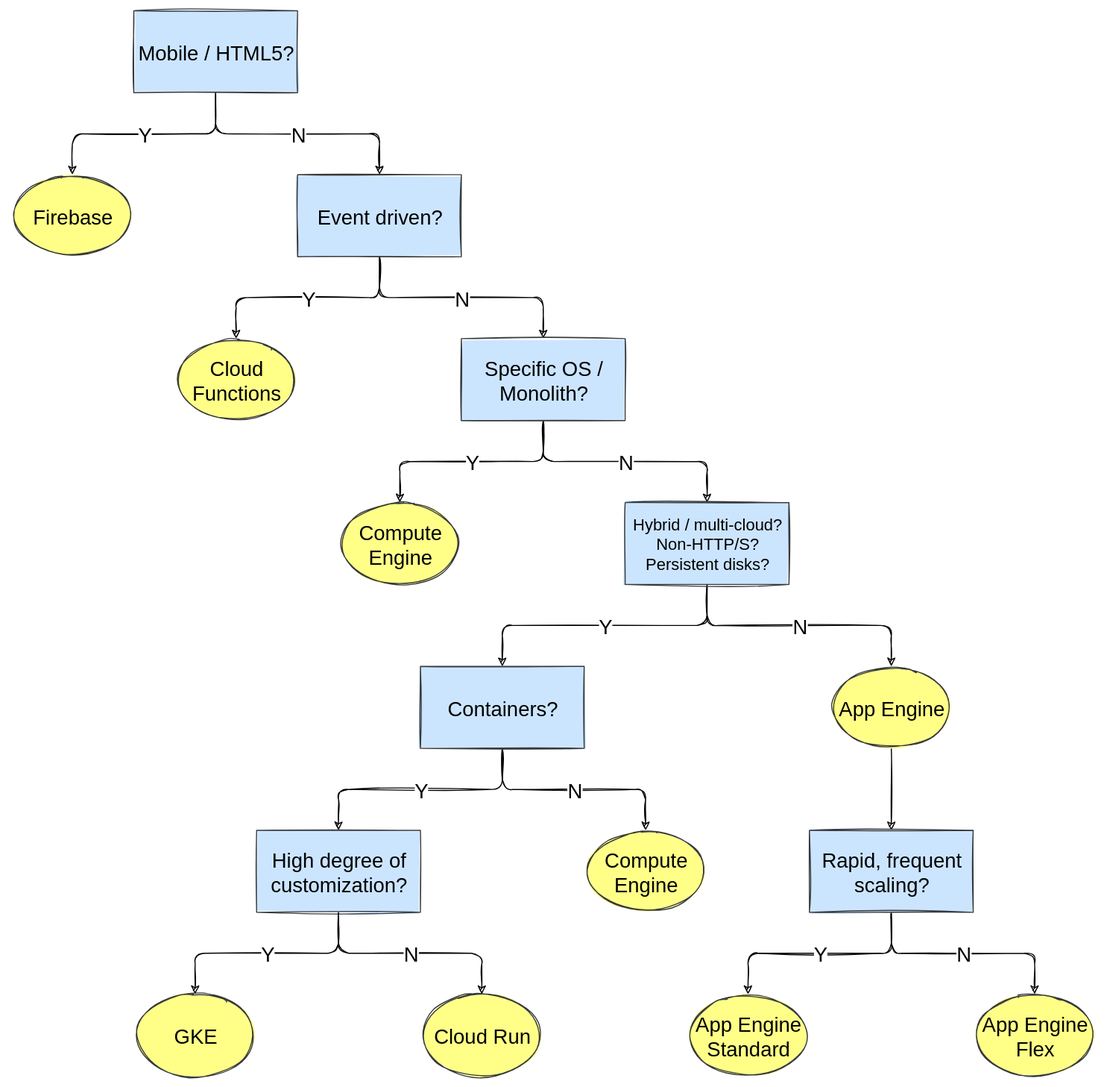
Before: content/files/google_compute_decision_tree.svg, a diagram exported from draw.io (TheRealMattDunn/mattdunn.info). Source tidied: cells renumbered, new cells last; positions are measured from the earlier drawing's top-left corner, leaving out a move shared by most shapes.
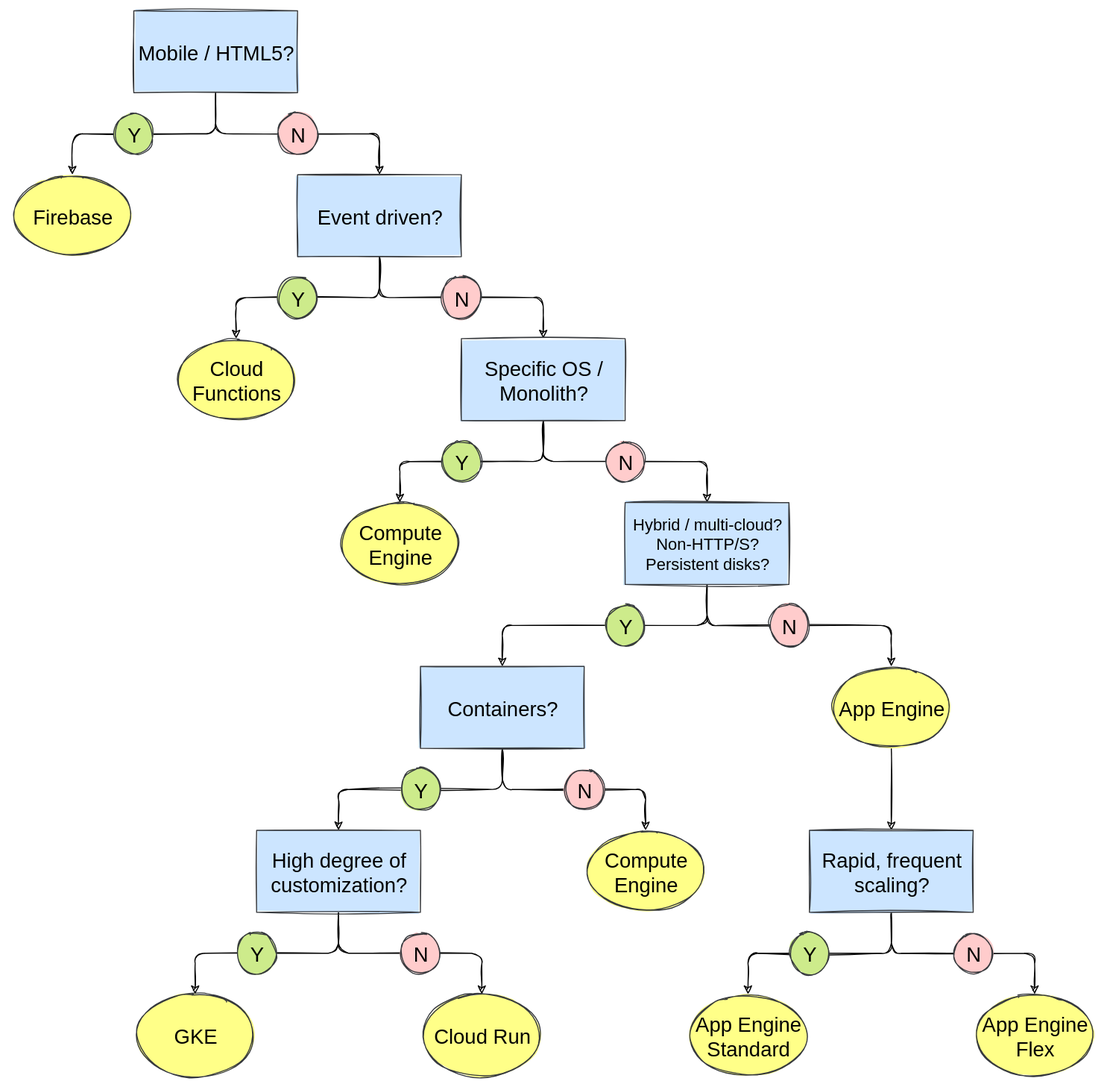
The same diagram one commit later.

What changed in the source:
```diff
@@ -2,10 +2,10 @@
   <root>
     <mxCell id="0" />
     <mxCell id="1" parent="0" />
-    <mxCell id="2" value="Y" style="edgeStyle=orthogonalEdgeStyle;html=1;fontSize=20;" parent="1" edge="1" source="4" target="5">
+    <mxCell id="2" style="edgeStyle=orthogonalEdgeStyle;html=1;fontSize=20;" parent="1" edge="1" source="4" target="5">
       <mxGeometry relative="1" as="geometry" />
     </mxCell>
-    <mxCell id="3" value="N" style="edgeStyle=orthogonalEdgeStyle;html=1;fontSize=20;" parent="1" edge="1" source="4" target="8">
+    <mxCell id="3" style="edgeStyle=orthogonalEdgeStyle;html=1;fontSize=20;" parent="1" edge="1" source="4" target="8">
       <mxGeometry relative="1" as="geometry" />
     </mxCell>
     <mxCell id="4" value="Mobile / HTML5?" style="rounded=0;whiteSpace=wrap;html=1;fillColor=#cce5ff;strokeColor=#36393d;sketch=1;fillStyle=solid;fontSize=20;" parent="1" vertex="1">
@@ -14,10 +14,10 @@
     <mxCell id="5" value="Firebase" style="ellipse;whiteSpace=wrap;html=1;sketch=1;fontSize=20;gradientDirection=south;fillColor=#ffff88;strokeColor=#36393d;fillStyle=solid;" parent="1" vertex="1">
       <mxGeometry y="160" width="120" height="80" as="geometry" />
     </mxCell>
-    <mxCell id="6" value="Y" style="edgeStyle=orthogonalEdgeStyle;html=1;fontSize=20;" parent="1" edge="1" source="8" target="9">
+    <mxCell id="6" style="edgeStyle=orthogonalEdgeStyle;html=1;fontSize=20;" parent="1" edge="1" source="8" target="9">
       <mxGeometry relative="1" as="geometry" />
     </mxCell>
-    <mxCell id="7" value="N" style="edgeStyle=orthogonalEdgeStyle;html=1;fontSize=20;" parent="1" edge="1" source="8" target="12">
+    <mxCell id="7" style="edgeStyle=orthogonalEdgeStyle;html=1;fontSize=20;" parent="1" edge="1" source="8" target="12">
       <mxGeometry relative="1" as="geometry" />
     </mxCell>
     <mxCell id="8" value="Event driven?" style="rounded=0;whiteSpace=wrap;html=1;fillColor=#cce5ff;strokeColor=#36393d;sketch=1;fillStyle=solid;fontSize=20;" parent="1" vertex="1">
@@ -26,10 +26,10 @@
     <mxCell id="9" value="Cloud Functions" style="ellipse;whiteSpace=wrap;html=1;sketch=1;fontSize=20;gradientDirection=south;fillColor=#ffff88;strokeColor=#36393d;fillStyle=solid;" parent="1" vertex="1">
       <mxGeometry x="160" y="320" width="120" height="80" as="geometry" />
     </mxCell>
-    <mxCell id="10" value="Y" style="edgeStyle=orthogonalEdgeStyle;html=1;fontSize=20;" parent="1" edge="1" source="12" target="13">
+    <mxCell id="10" style="edgeStyle=orthogonalEdgeStyle;html=1;fontSize=20;" parent="1" edge="1" source="12" target="13">
       <mxGeometry relative="1" as="geometry" />
     </mxCell>
-    <mxCell id="11" value="N" style="edgeStyle=orthogonalEdgeStyle;html=1;fontSize=20;" parent="1" edge="1" source="12" target="16">
+    <mxCell id="11" style="edgeStyle=orthogonalEdgeStyle;html=1;fontSize=20;" parent="1" edge="1" source="12" target="16">
       <mxGeometry relative="1" as="geometry" />
     </mxCell>
     <mxCell id="12" value="Specific OS / Monolith?" style="rounded=0;whiteSpace=wrap;html=1;fillColor=#cce5ff;strokeColor=#36393d;sketch=1;fillStyle=solid;fontSize=20;" parent="1" vertex="1">
@@ -38,7 +38,7 @@
     <mxCell id="13" value="Compute Engine" style="ellipse;whiteSpace=wrap;html=1;sketch=1;fontSize=20;gradientDirection=south;fillColor=#ffff88;strokeColor=#36393d;fillStyle=solid;" parent="1" vertex="1">
       <mxGeometry x="320" y="480" width="120" height="80" as="geometry" />
     </mxCell>
-    <mxCell id="14" value="Y" style="edgeStyle=orthogonalEdgeStyle;html=1;fontSize=20;" parent="1" edge="1" source="16" target="19">
+    <mxCell id="14" style="edgeStyle=orthogonalEdgeStyle;html=1;fontSize=20;" parent="1" edge="1" source="16" target="19">
       <mxGeometry relative="1" as="geometry">
         <Array as="points">
           <mxPoint x="680" y="600" />
@@ -46,7 +46,7 @@
         </Array>
       </mxGeometry>
     </mxCell>
-    <mxCell id="15" value="N" style="edgeStyle=orthogonalEdgeStyle;html=1;fontSize=20;" parent="1" edge="1" source="16" target="21">
+    <mxCell id="15" style="edgeStyle=orthogonalEdgeStyle;html=1;fontSize=20;" parent="1" edge="1" source="16" target="21">
       <mxGeometry relative="1" as="geometry">
         <Array as="points">
           <mxPoint x="680" y="600" />
@@ -57,10 +57,10 @@
     <mxCell id="16" value="Hybrid / multi-cloud?&lt;br style=&quot;font-size: 16px;&quot;&gt;Non-HTTP/S?&lt;br style=&quot;font-size: 16px;&quot;&gt;Persistent disks?" style="rounded=0;whiteSpace=wrap;html=1;fillColor=#cce5ff;strokeColor=#36393d;sketch=1;fillStyle=solid;fontSize=16;" parent="1" vertex="1">
       <mxGeometry x="600" y="480" width="160" height="80" as="geometry" />
     </mxCell>
-    <mxCell id="17" value="N" style="edgeStyle=orthogonalEdgeStyle;html=1;fontSize=20;" parent="1" edge="1" source="19" target="27">
+    <mxCell id="17" style="edgeStyle=orthogonalEdgeStyle;html=1;fontSize=20;" parent="1" edge="1" source="19" target="27">
       <mxGeometry relative="1" as="geometry" />
     </mxCell>
-    <mxCell id="18" value="Y" style="edgeStyle=orthogonalEdgeStyle;html=1;fontSize=20;" parent="1" edge="1" source="19" target="30">
+    <mxCell id="18" style="edgeStyle=orthogonalEdgeStyle;html=1;fontSize=20;" parent="1" edge="1" source="19" target="30">
       <mxGeometry relative="1" as="geometry" />
     </mxCell>
     <mxCell id="19" value="Containers?" style="rounded=0;whiteSpace=wrap;html=1;fillColor=#cce5ff;strokeColor=#36393d;sketch=1;fillStyle=solid;fontSize=20;" parent="1" vertex="1">
@@ -72,10 +72,10 @@
     <mxCell id="21" value="App Engine" style="ellipse;whiteSpace=wrap;html=1;sketch=1;fontSize=20;gradientDirection=south;fillColor=#ffff88;strokeColor=#36393d;fillStyle=solid;" parent="1" vertex="1">
       <mxGeometry x="800" y="640" width="120" height="80" as="geometry" />
     </mxCell>
-    <mxCell id="22" value="Y" style="edgeStyle=orthogonalEdgeStyle;html=1;fontSize=20;" parent="1" edge="1" source="24" target="25">
+    <mxCell id="22" style="edgeStyle=orthogonalEdgeStyle;html=1;fontSize=20;" parent="1" edge="1" source="24" target="25">
       <mxGeometry relative="1" as="geometry" />
     </mxCell>
-    <mxCell id="23" value="N" style="edgeStyle=orthogonalEdgeStyle;html=1;fontSize=20;" parent="1" edge="1" source="24" target="26">
+    <mxCell id="23" style="edgeStyle=orthogonalEdgeStyle;html=1;fontSize=20;" parent="1" edge="1" source="24" target="26">
       <mxGeometry relative="1" as="geometry" />
     </mxCell>
     <mxCell id="24" value="Rapid, frequent scaling?" style="rounded=0;whiteSpace=wrap;html=1;fillColor=#cce5ff;strokeColor=#36393d;sketch=1;fillStyle=solid;fontSize=20;" parent="1" vertex="1">
@@ -90,10 +90,10 @@
     <mxCell id="27" value="Compute Engine" style="ellipse;whiteSpace=wrap;html=1;sketch=1;fontSize=20;gradientDirection=south;fillColor=#ffff88;strokeColor=#36393d;fillStyle=solid;" parent="1" vertex="1">
       <mxGeometry x="560" y="800" width="120" height="80" as="geometry" />
     </mxCell>
-    <mxCell id="28" value="Y" style="edgeStyle=orthogonalEdgeStyle;html=1;fontSize=20;" parent="1" edge="1" source="30" target="32">
+    <mxCell id="28" style="edgeStyle=orthogonalEdgeStyle;html=1;fontSize=20;" parent="1" edge="1" source="30" target="32">
       <mxGeometry relative="1" as="geometry" />
     </mxCell>
-    <mxCell id="29" value="N" style="edgeStyle=orthogonalEdgeStyle;html=1;fontSize=20;" parent="1" edge="1" source="30" target="31">
+    <mxCell id="29" style="edgeStyle=orthogonalEdgeStyle;html=1;fontSize=20;" parent="1" edge="1" source="30" target="31">
       <mxGeometry relative="1" as="geometry" />
     </mxCell>
     <mxCell id="30" value="High degree of customization?" style="rounded=0;whiteSpace=wrap;html=1;fillColor=#cce5ff;strokeColor=#36393d;sketch=1;fillStyle=solid;fontSize=20;" parent="1" vertex="1">
@@ -105,5 +105,47 @@
     <mxCell id="32" value="GKE" style="ellipse;whiteSpace=wrap;html=1;sketch=1;fontSize=20;gradientDirection=south;fillColor=#ffff88;strokeColor=#36393d;fillStyle=solid;" parent="1" vertex="1">
       <mxGeometry x="120" y="960" width="120" height="80" as="geometry" />
     </mxCell>
+    <mxCell id="33" value="N" style="ellipse;whiteSpace=wrap;html=1;sketch=1;fontSize=20;fillColor=#ffcccc;gradientDirection=south;fillStyle=solid;strokeColor=#36393d;" parent="1" vertex="1">
+      <mxGeometry x="260" y="100" width="40" height="40" as="geometry" />
+    </mxCell>
+    <mxCell id="34" value="N" style="ellipse;whiteSpace=wrap;html=1;sketch=1;fontSize=20;fillColor=#ffcccc;gradientDirection=south;fillStyle=solid;strokeColor=#36393d;" parent="1" vertex="1">
+      <mxGeometry x="420" y="260" width="40" height="40" as="geometry" />
+    </mxCell>
+    <mxCell id="35" value="N" style="ellipse;whiteSpace=wrap;html=1;sketch=1;fontSize=20;fillColor=#ffcccc;gradientDirection=south;fillStyle=solid;strokeColor=#36393d;" parent="1" vertex="1">
+      <mxGeometry x="740" y="580" width="40" height="40" as="geometry" />
+    </mxCell>
+    <mxCell id="36" value="N" style="ellipse;whiteSpace=wrap;html=1;sketch=1;fontSize=20;fillColor=#ffcccc;gradientDirection=south;fillStyle=solid;strokeColor=#36393d;" parent="1" vertex="1">
+      <mxGeometry x="580" y="420" width="40" height="40" as="geometry" />
+    </mxCell>
+    <mxCell id="37" value="N" style="ellipse;whiteSpace=wrap;html=1;sketch=1;fontSize=20;fillColor=#ffcccc;gradientDirection=south;fillStyle=solid;strokeColor=#36393d;" parent="1" vertex="1">
+      <mxGeometry x="920" y="900" width="40" height="40" as="geometry" />
+    </mxCell>
+    <mxCell id="38" value="N" style="ellipse;whiteSpace=wrap;html=1;sketch=1;fontSize=20;fillColor=#ffcccc;gradientDirection=south;fillStyle=solid;strokeColor=#36393d;" parent="1" vertex="1">
+      <mxGeometry x="540" y="740" width="40" height="40" as="geometry" />
+    </mxCell>
+    <mxCell id="39" value="N" style="ellipse;whiteSpace=wrap;html=1;sketch=1;fontSize=20;fillColor=#ffcccc;gradientDirection=south;fillStyle=solid;strokeColor=#36393d;" parent="1" vertex="1">
+      <mxGeometry x="380" y="900" width="40" height="40" as="geometry" />
+    </mxCell>
+    <mxCell id="40" value="Y" style="ellipse;whiteSpace=wrap;html=1;sketch=1;fontSize=20;fillColor=#cdeb8b;gradientDirection=south;fillStyle=solid;strokeColor=#36393d;" parent="1" vertex="1">
+      <mxGeometry x="100" y="100" width="40" height="40" as="geometry" />
+    </mxCell>
+    <mxCell id="41" value="Y" style="ellipse;whiteSpace=wrap;html=1;sketch=1;fontSize=20;fillColor=#cdeb8b;gradientDirection=south;fillStyle=solid;strokeColor=#36393d;" parent="1" vertex="1">
+      <mxGeometry x="420" y="420" width="40" height="40" as="geometry" />
+    </mxCell>
+    <mxCell id="42" value="Y" style="ellipse;whiteSpace=wrap;html=1;sketch=1;fontSize=20;fillColor=#cdeb8b;gradientDirection=south;fillStyle=solid;strokeColor=#36393d;" parent="1" vertex="1">
+      <mxGeometry x="260" y="260" width="40" height="40" as="geometry" />
+    </mxCell>
+    <mxCell id="43" value="Y" style="ellipse;whiteSpace=wrap;html=1;sketch=1;fontSize=20;fillColor=#cdeb8b;gradientDirection=south;fillStyle=solid;strokeColor=#36393d;" parent="1" vertex="1">
+      <mxGeometry x="580" y="580" width="40" height="40" as="geometry" />
+    </mxCell>
+    <mxCell id="44" value="Y" style="ellipse;whiteSpace=wrap;html=1;sketch=1;fontSize=20;fillColor=#cdeb8b;gradientDirection=south;fillStyle=solid;strokeColor=#36393d;" parent="1" vertex="1">
+      <mxGeometry x="380" y="740" width="40" height="40" as="geometry" />
+    </mxCell>
+    <mxCell id="45" value="Y" style="ellipse;whiteSpace=wrap;html=1;sketch=1;fontSize=20;fillColor=#cdeb8b;gradientDirection=south;fillStyle=solid;strokeColor=#36393d;" parent="1" vertex="1">
+      <mxGeometry x="760" y="900" width="40" height="40" as="geometry" />
+    </mxCell>
+    <mxCell id="46" value="Y" style="ellipse;whiteSpace=wrap;html=1;sketch=1;fontSize=20;fillColor=#cdeb8b;gradientDirection=south;fillStyle=solid;strokeColor=#36393d;" parent="1" vertex="1">
+      <mxGeometry x="220" y="900" width="40" height="40" as="geometry" />
+    </mxCell>
   </root>
 </mxGraphModel>
```
